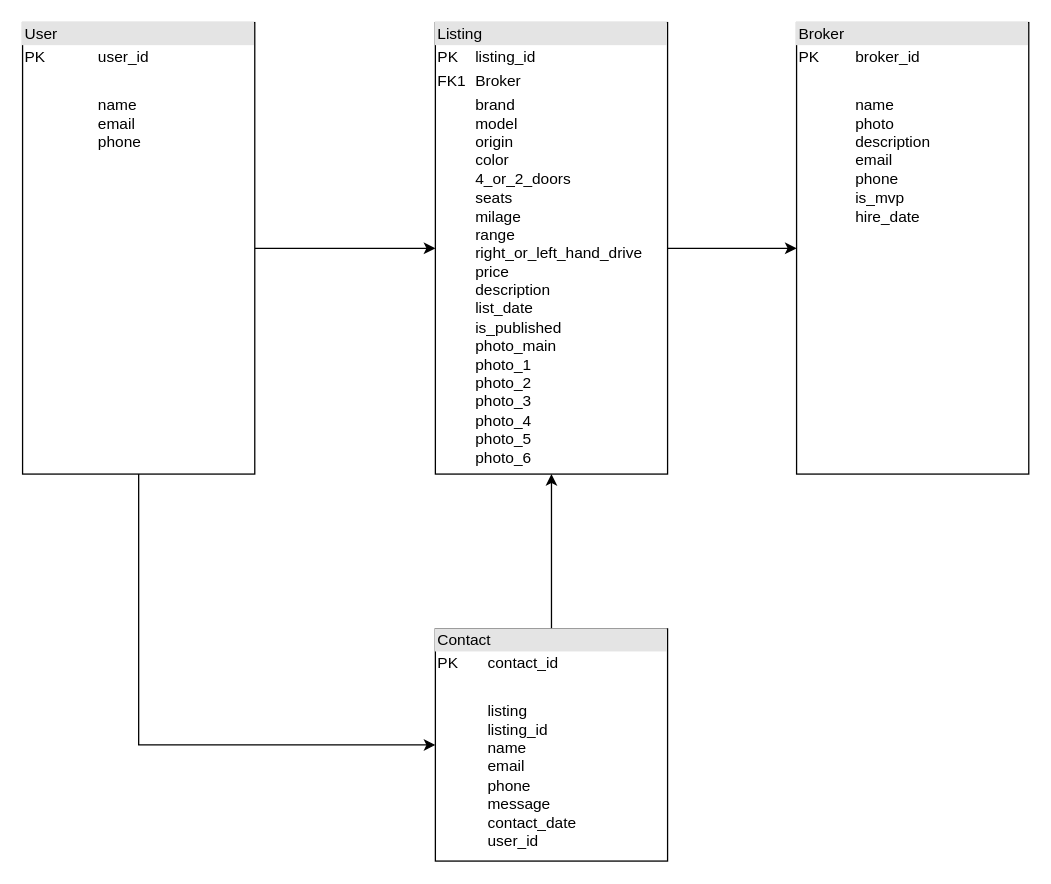
The draw.io diagram uml/bcec.drawio in frankmok/PRJT, before the edit. Source tidied: cells renumbered, new cells numbered last; positions are measured from the earlier drawing's top-left corner, leaving out a move shared by most shapes. Both pictures are drawn from the tidied source at 129%, with x=0, y=0 at pixel (22, 22).
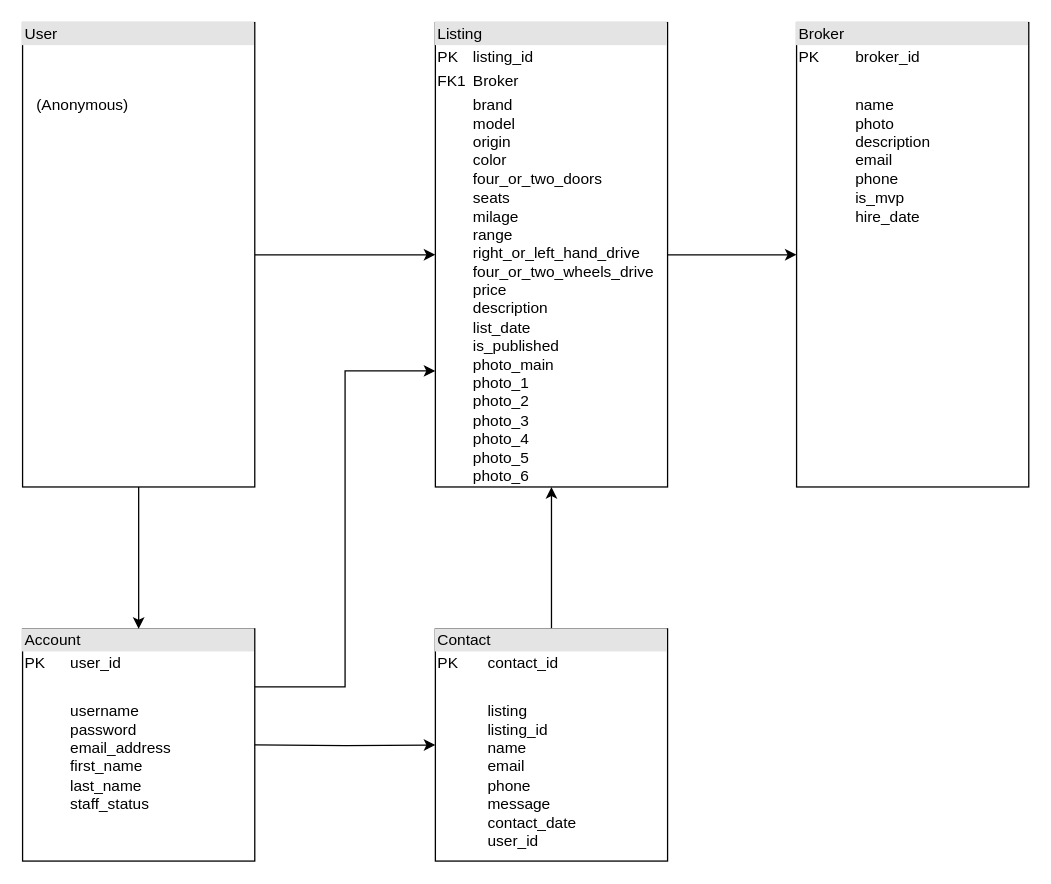
After the change.

Change to the diagram source:
```diff
@@
 <mxGraphModel>
   <root>
     <mxCell id="0" />
     <mxCell id="1" parent="0" />
     <mxCell id="2" style="edgeStyle=orthogonalEdgeStyle;rounded=0;jettySize=auto;html=1;exitX=1;exitY=0.5;exitDx=0;exitDy=0;entryX=0;entryY=0.5;entryDx=0;entryDy=0;" parent="1" edge="1" source="4" target="6">
       <mxGeometry relative="1" as="geometry" />
     </mxCell>
-    <mxCell id="3" style="edgeStyle=orthogonalEdgeStyle;rounded=0;jettySize=auto;html=1;entryX=0;entryY=0.5;entryDx=0;entryDy=0;exitX=0.5;exitY=1;exitDx=0;exitDy=0;" parent="1" edge="1" source="4" target="8">
-      <mxGeometry relative="1" as="geometry">
-        <Array as="points">
-          <mxPoint x="90" y="560" />
-        </Array>
-      </mxGeometry>
-    </mxCell>
-    <mxCell id="4" value="&lt;div style=&quot;box-sizing:border-box;width:100%;background:#e4e4e4;padding:2px;&quot;&gt;User&lt;/div&gt;&lt;table style=&quot;width:100%;font-size:1em;&quot; cellpadding=&quot;2&quot; cellspacing=&quot;0&quot;&gt;&lt;tbody&gt;&lt;tr&gt;&lt;td&gt;PK&lt;/td&gt;&lt;td&gt;user_id&lt;br&gt;&lt;/td&gt;&lt;/tr&gt;&lt;tr&gt;&lt;td&gt;&lt;br&gt;&lt;/td&gt;&lt;td&gt;&lt;br&gt;&lt;/td&gt;&lt;/tr&gt;&lt;tr&gt;&lt;td&gt;&lt;/td&gt;&lt;td&gt;name&lt;br&gt;email&lt;br&gt;phone&lt;/td&gt;&lt;/tr&gt;&lt;/tbody&gt;&lt;/table&gt;" style="verticalAlign=top;align=left;overflow=fill;html=1;whiteSpace=wrap;" parent="1" vertex="1">
-      <mxGeometry width="180" height="350" as="geometry" />
+    <mxCell id="4" value="&lt;div style=&quot;box-sizing:border-box;width:100%;background:#e4e4e4;padding:2px;&quot;&gt;User&lt;/div&gt;&lt;table style=&quot;width:100%;font-size:1em;&quot; cellpadding=&quot;2&quot; cellspacing=&quot;0&quot;&gt;&lt;tbody&gt;&lt;tr&gt;&lt;td&gt;&lt;br&gt;&lt;/td&gt;&lt;td&gt;&lt;br&gt;&lt;/td&gt;&lt;/tr&gt;&lt;tr&gt;&lt;td&gt;&lt;br&gt;&lt;/td&gt;&lt;td&gt;&lt;br&gt;&lt;/td&gt;&lt;/tr&gt;&lt;tr&gt;&lt;td&gt;&lt;/td&gt;&lt;td&gt;(Anonymous)&lt;/td&gt;&lt;/tr&gt;&lt;/tbody&gt;&lt;/table&gt;" style="verticalAlign=top;align=left;overflow=fill;html=1;whiteSpace=wrap;" parent="1" vertex="1">
+      <mxGeometry width="180" height="360" as="geometry" />
     </mxCell>
     <mxCell id="5" style="edgeStyle=orthogonalEdgeStyle;rounded=0;jettySize=auto;html=1;entryX=0;entryY=0.5;entryDx=0;entryDy=0;" parent="1" edge="1" source="6" target="9">
       <mxGeometry relative="1" as="geometry" />
     </mxCell>
-    <mxCell id="6" value="&lt;div style=&quot;box-sizing:border-box;width:100%;background:#e4e4e4;padding:2px;&quot;&gt;Listing&lt;/div&gt;&lt;table style=&quot;width:100%;font-size:1em;&quot; cellpadding=&quot;2&quot; cellspacing=&quot;0&quot;&gt;&lt;tbody&gt;&lt;tr&gt;&lt;td&gt;PK&lt;/td&gt;&lt;td&gt;listing_id&lt;/td&gt;&lt;/tr&gt;&lt;tr&gt;&lt;td&gt;FK1&lt;/td&gt;&lt;td&gt;Broker&lt;/td&gt;&lt;/tr&gt;&lt;tr&gt;&lt;td&gt;&lt;/td&gt;&lt;td&gt;brand&lt;br&gt;model&lt;br&gt;origin&lt;br&gt;color&lt;br&gt;4_or_2_doors&lt;br&gt;seats&lt;br&gt;milage&lt;br&gt;range&lt;br&gt;right_or_left_hand_drive&lt;br&gt;price&lt;br&gt;description&lt;br&gt;list_date&lt;br&gt;is_published&lt;br&gt;photo_main&lt;br&gt;photo_1&lt;br&gt;photo_2&lt;br&gt;photo_3&lt;br&gt;photo_4&lt;br&gt;photo_5&lt;br&gt;photo_6&lt;/td&gt;&lt;/tr&gt;&lt;/tbody&gt;&lt;/table&gt;" style="verticalAlign=top;align=left;overflow=fill;html=1;whiteSpace=wrap;" parent="1" vertex="1">
-      <mxGeometry x="320" width="180" height="350" as="geometry" />
+    <mxCell id="6" value="&lt;div style=&quot;box-sizing:border-box;width:100%;background:#e4e4e4;padding:2px;&quot;&gt;Listing&lt;/div&gt;&lt;table style=&quot;width:100%;font-size:1em;&quot; cellpadding=&quot;2&quot; cellspacing=&quot;0&quot;&gt;&lt;tbody&gt;&lt;tr&gt;&lt;td&gt;PK&lt;/td&gt;&lt;td&gt;listing_id&lt;/td&gt;&lt;/tr&gt;&lt;tr&gt;&lt;td&gt;FK1&lt;/td&gt;&lt;td&gt;Broker&lt;/td&gt;&lt;/tr&gt;&lt;tr&gt;&lt;td&gt;&lt;/td&gt;&lt;td&gt;brand&lt;br&gt;model&lt;br&gt;origin&lt;br&gt;color&lt;br&gt;four_or_two_doors&lt;br&gt;seats&lt;br&gt;milage&lt;br&gt;range&lt;br&gt;right_or_left_hand_drive&lt;br&gt;four_or_two_wheels_drive&lt;br&gt;price&lt;br&gt;description&lt;br&gt;list_date&lt;br&gt;is_published&lt;br&gt;photo_main&lt;br&gt;photo_1&lt;br&gt;photo_2&lt;br&gt;photo_3&lt;br&gt;photo_4&lt;br&gt;photo_5&lt;br&gt;photo_6&lt;/td&gt;&lt;/tr&gt;&lt;/tbody&gt;&lt;/table&gt;" style="verticalAlign=top;align=left;overflow=fill;html=1;whiteSpace=wrap;" parent="1" vertex="1">
+      <mxGeometry x="320" width="180" height="360" as="geometry" />
     </mxCell>
     <mxCell id="7" style="edgeStyle=orthogonalEdgeStyle;rounded=0;jettySize=auto;html=1;entryX=0.5;entryY=1;entryDx=0;entryDy=0;" parent="1" edge="1" source="8" target="6">
       <mxGeometry relative="1" as="geometry" />
     </mxCell>
     <mxCell id="8" value="&lt;div style=&quot;box-sizing:border-box;width:100%;background:#e4e4e4;padding:2px;&quot;&gt;Contact&lt;/div&gt;&lt;table style=&quot;width:100%;font-size:1em;&quot; cellpadding=&quot;2&quot; cellspacing=&quot;0&quot;&gt;&lt;tbody&gt;&lt;tr&gt;&lt;td&gt;PK&lt;/td&gt;&lt;td&gt;contact_id&lt;br&gt;&lt;/td&gt;&lt;/tr&gt;&lt;tr&gt;&lt;td&gt;&lt;br&gt;&lt;/td&gt;&lt;td&gt;&lt;br&gt;&lt;/td&gt;&lt;/tr&gt;&lt;tr&gt;&lt;td&gt;&lt;/td&gt;&lt;td&gt;listing&lt;br&gt;listing_id&lt;br&gt;name&lt;br&gt;email&lt;br&gt;phone&lt;br&gt;message&lt;br&gt;contact_date&lt;br&gt;user_id&lt;/td&gt;&lt;/tr&gt;&lt;/tbody&gt;&lt;/table&gt;" style="verticalAlign=top;align=left;overflow=fill;html=1;whiteSpace=wrap;" parent="1" vertex="1">
       <mxGeometry x="320" y="470" width="180" height="180" as="geometry" />
     </mxCell>
     <mxCell id="9" value="&lt;div style=&quot;box-sizing:border-box;width:100%;background:#e4e4e4;padding:2px;&quot;&gt;Broker&lt;/div&gt;&lt;table style=&quot;width:100%;font-size:1em;&quot; cellpadding=&quot;2&quot; cellspacing=&quot;0&quot;&gt;&lt;tbody&gt;&lt;tr&gt;&lt;td&gt;PK&lt;/td&gt;&lt;td&gt;broker_id&lt;/td&gt;&lt;/tr&gt;&lt;tr&gt;&lt;td&gt;&lt;br&gt;&lt;/td&gt;&lt;td&gt;&lt;br&gt;&lt;/td&gt;&lt;/tr&gt;&lt;tr&gt;&lt;td&gt;&lt;/td&gt;&lt;td&gt;name&lt;br&gt;photo&lt;br&gt;description&lt;br&gt;email&lt;br&gt;phone&lt;br&gt;is_mvp&lt;br&gt;hire_date&lt;/td&gt;&lt;/tr&gt;&lt;/tbody&gt;&lt;/table&gt;" style="verticalAlign=top;align=left;overflow=fill;html=1;whiteSpace=wrap;" parent="1" vertex="1">
-      <mxGeometry x="600" width="180" height="350" as="geometry" />
+      <mxGeometry x="600" width="180" height="360" as="geometry" />
     </mxCell>
+    <mxCell id="10" value="&lt;div style=&quot;box-sizing:border-box;width:100%;background:#e4e4e4;padding:2px;&quot;&gt;Account&lt;/div&gt;&lt;table style=&quot;width:100%;font-size:1em;&quot; cellpadding=&quot;2&quot; cellspacing=&quot;0&quot;&gt;&lt;tbody&gt;&lt;tr&gt;&lt;td&gt;PK&lt;/td&gt;&lt;td&gt;user_id&lt;br&gt;&lt;/td&gt;&lt;/tr&gt;&lt;tr&gt;&lt;td&gt;&lt;br&gt;&lt;/td&gt;&lt;td&gt;&lt;br&gt;&lt;/td&gt;&lt;/tr&gt;&lt;tr&gt;&lt;td&gt;&lt;/td&gt;&lt;td&gt;username&lt;br&gt;password&lt;br&gt;email_address&lt;br&gt;first_name&lt;br&gt;last_name&lt;br&gt;staff_status&lt;/td&gt;&lt;/tr&gt;&lt;/tbody&gt;&lt;/table&gt;" style="verticalAlign=top;align=left;overflow=fill;html=1;whiteSpace=wrap;" parent="1" vertex="1">
+      <mxGeometry y="470" width="180" height="180" as="geometry" />
+    </mxCell>
+    <mxCell id="11" style="edgeStyle=orthogonalEdgeStyle;rounded=0;jettySize=auto;html=1;exitX=0.5;exitY=1;exitDx=0;exitDy=0;" parent="1" edge="1" source="4" target="10">
+      <mxGeometry relative="1" as="geometry" />
+    </mxCell>
+    <mxCell id="12" style="edgeStyle=orthogonalEdgeStyle;rounded=0;jettySize=auto;html=1;entryX=0;entryY=0.5;entryDx=0;entryDy=0;" parent="1" edge="1" target="8">
+      <mxGeometry relative="1" as="geometry">
+        <mxPoint x="180" y="560" as="sourcePoint" />
+      </mxGeometry>
+    </mxCell>
+    <mxCell id="13" style="edgeStyle=orthogonalEdgeStyle;rounded=0;jettySize=auto;html=1;exitX=1;exitY=0.25;exitDx=0;exitDy=0;entryX=0;entryY=0.75;entryDx=0;entryDy=0;" parent="1" edge="1" source="10" target="6">
+      <mxGeometry relative="1" as="geometry">
+        <Array as="points">
+          <mxPoint x="250" y="515" />
+          <mxPoint x="250" y="270" />
+        </Array>
+      </mxGeometry>
+    </mxCell>
   </root>
 </mxGraphModel>
```
